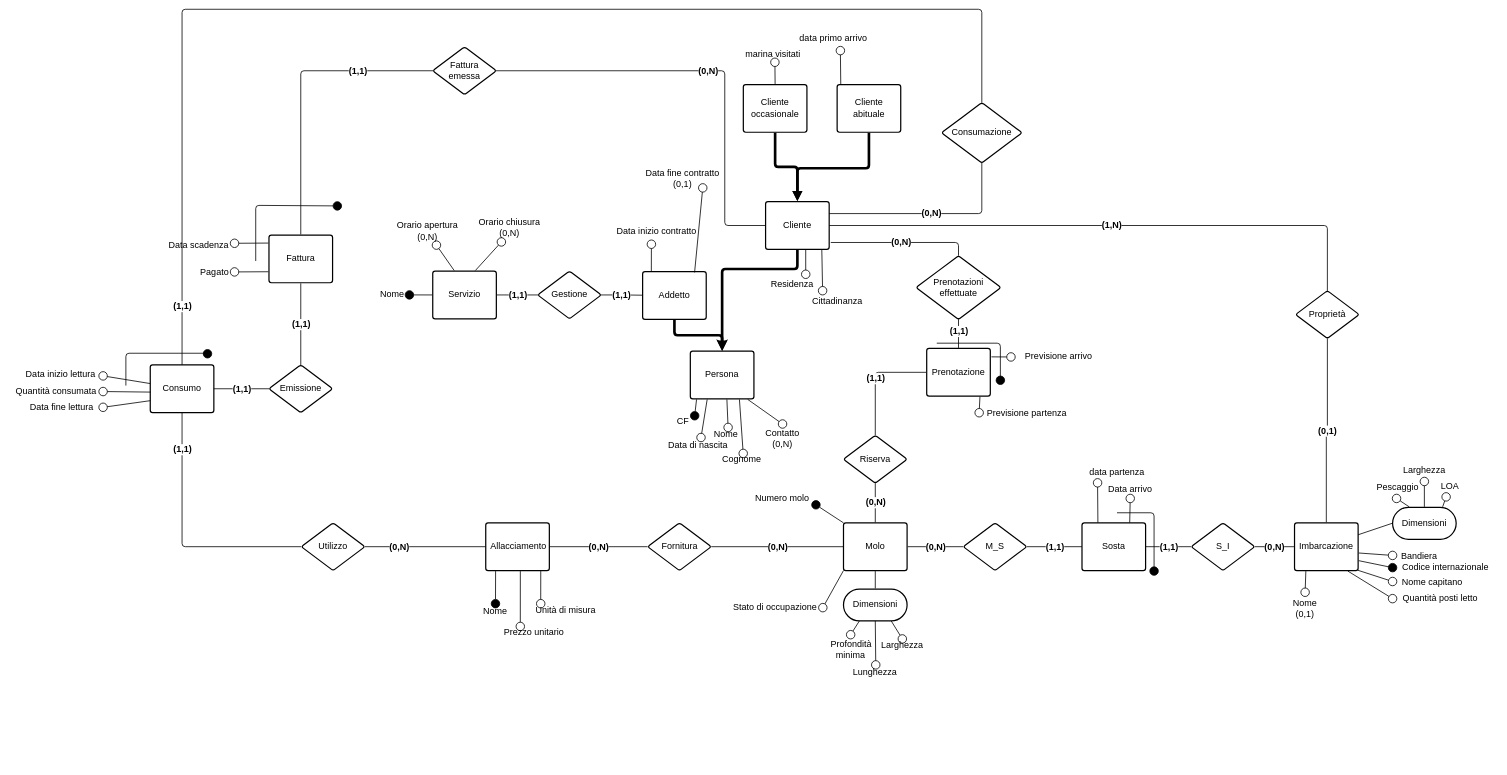
This is page "Concettuale ridotto" (4 of 4) of src_relazione_tex/Er.drawio from alessandro-massarenti/Progetto-basi-di-dati-2022, a draw.io file, before an edit. Source tidied: cells renumbered, new cells numbered last; positions are measured from the earlier drawing's top-left corner, leaving out a move shared by most shapes. Both pictures are drawn from the tidied source at 53%, with x=0, y=0 at pixel (9, 9).
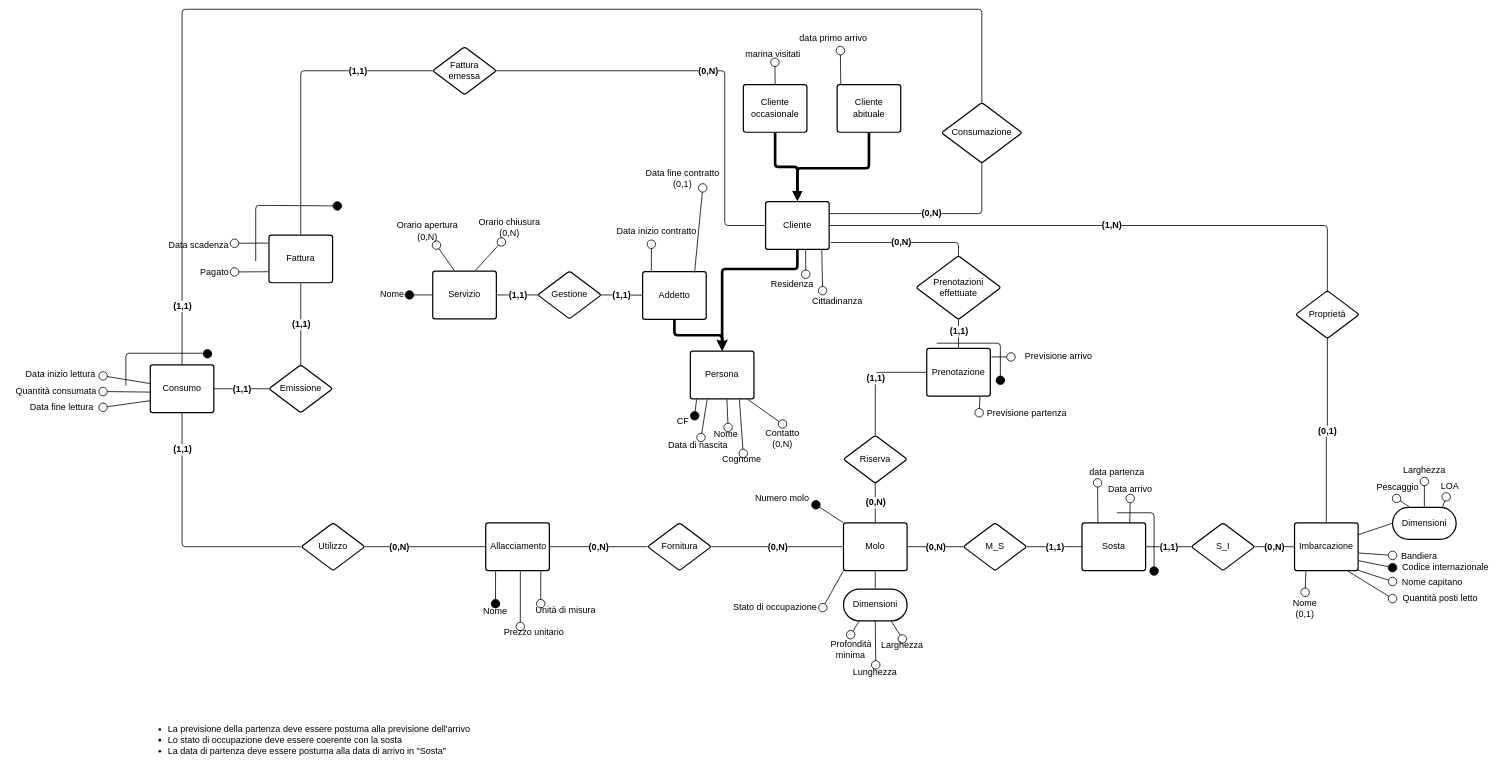
The same page after the edit.

Commit message:
Aggiunti dei vincoli testuali non definibili tramite l'ER

What changed in the source:
```diff
@@
+    <mxCell id="160" value="&lt;div style=&quot;text-align: left; font-size: 17px;&quot;&gt;&lt;ul&gt;&lt;li&gt;&lt;span style=&quot;background-color: initial;&quot;&gt;La previsione della partenza deve essere postuma alla previsione dell'arrivo&lt;/span&gt;&lt;/li&gt;&lt;li&gt;&lt;span style=&quot;background-color: initial;&quot;&gt;Lo stato di occupazione deve essere coerente con la sosta&lt;/span&gt;&lt;/li&gt;&lt;li&gt;&lt;span style=&quot;background-color: initial;&quot;&gt;La data di partenza deve essere postuma alla data di arrivo in &quot;Sosta&quot;&lt;/span&gt;&lt;/li&gt;&lt;/ul&gt;&lt;/div&gt;" style="text;html=1;align=center;verticalAlign=middle;strokeColor=none;fillColor=none;" parent="1" vertex="1">
+      <mxGeometry x="249" y="1340" width="630" height="80" as="geometry" />
+    </mxCell>
```
